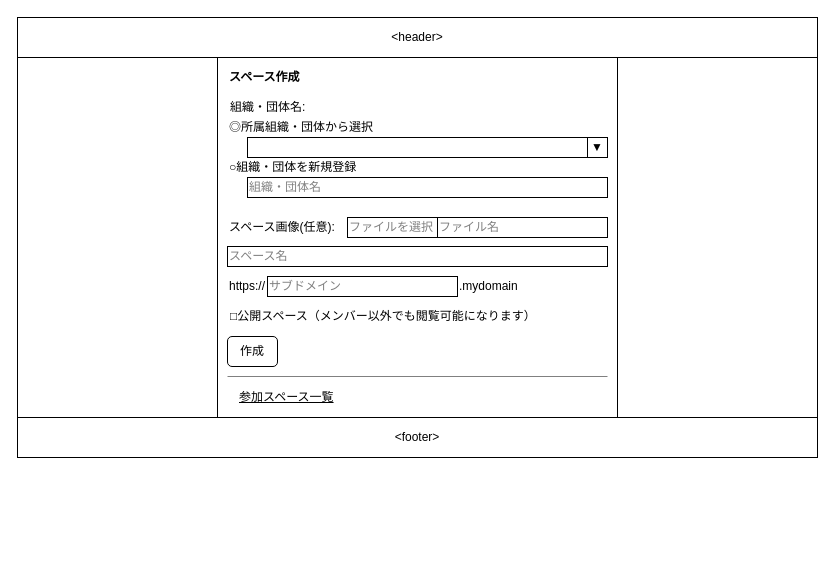
Earlier version of the draw.io diagram 設計/画面設計/スペース作成.drawio (nightonlypj/rails-app-origin). Source tidied: cells renumbered, new cells numbered last; positions are measured from the earlier drawing's top-left corner, leaving out a move shared by most shapes. Both pictures are drawn from the tidied source at 100%, with x=0, y=0 at pixel (17, 17).
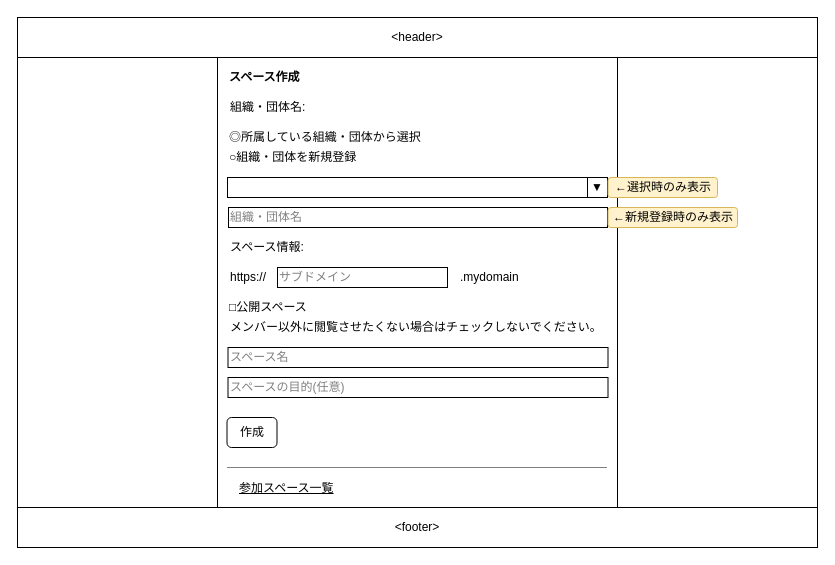
After the change.

What changed in the source:
```diff
@@
     <mxCell id="3" value="&amp;lt;footer&amp;gt;" style="rounded=0;whiteSpace=wrap;html=1;fillColor=none;" parent="1" vertex="1">
-      <mxGeometry y="400" width="800" height="40" as="geometry" />
+      <mxGeometry y="490" width="800" height="40" as="geometry" />
     </mxCell>
     <mxCell id="4" style="rounded=0;whiteSpace=wrap;html=1;fillColor=none;" parent="1" vertex="1">
-      <mxGeometry x="200" y="40" width="400" height="360" as="geometry" />
+      <mxGeometry x="200" y="40" width="400" height="450" as="geometry" />
     </mxCell>
     <mxCell id="5" style="rounded=0;whiteSpace=wrap;html=1;fillColor=none;" parent="1" vertex="1">
-      <mxGeometry y="40" width="200" height="360" as="geometry" />
+      <mxGeometry y="40" width="200" height="450" as="geometry" />
     </mxCell>
     <mxCell id="6" style="rounded=0;whiteSpace=wrap;html=1;fillColor=none;" parent="1" vertex="1">
-      <mxGeometry x="600" y="40" width="200" height="360" as="geometry" />
+      <mxGeometry x="600" y="40" width="200" height="450" as="geometry" />
     </mxCell>
@@
     <mxCell id="8" value="&lt;font color=&quot;#808080&quot;&gt;スペース名&lt;/font&gt;" style="rounded=0;whiteSpace=wrap;html=1;align=left;" parent="1" vertex="1">
-      <mxGeometry x="210" y="229" width="380" height="20" as="geometry" />
+      <mxGeometry x="210.5" y="330" width="380" height="20" as="geometry" />
     </mxCell>
     <mxCell id="9" value="作成" style="rounded=1;whiteSpace=wrap;html=1;align=center;" parent="1" vertex="1">
-      <mxGeometry x="210" y="319" width="50" height="30" as="geometry" />
+      <mxGeometry x="209.5" y="400" width="50" height="30" as="geometry" />
     </mxCell>
     <mxCell id="10" value="&lt;u&gt;参加スペース一覧&lt;/u&gt;" style="text;html=1;strokeColor=none;fillColor=none;align=left;verticalAlign=middle;whiteSpace=wrap;rounded=0;" parent="1" vertex="1">
-      <mxGeometry x="220" y="370" width="100" height="20" as="geometry" />
+      <mxGeometry x="219.5" y="461" width="100" height="20" as="geometry" />
     </mxCell>
     <mxCell id="11" style="endArrow=none;html=1;strokeColor=#808080;" parent="1" edge="1">
       <mxGeometry relative="1" as="geometry">
-        <mxPoint x="210" y="359" as="sourcePoint" />
-        <mxPoint x="590" y="359" as="targetPoint" />
+        <mxPoint x="209.5" y="450" as="sourcePoint" />
+        <mxPoint x="589.5" y="450" as="targetPoint" />
       </mxGeometry>
     </mxCell>
     <mxCell id="12" value="&lt;font color=&quot;#808080&quot;&gt;サブドメイン&lt;/font&gt;" style="rounded=0;whiteSpace=wrap;html=1;align=left;" parent="1" vertex="1">
-      <mxGeometry x="250" y="259" width="190" height="20" as="geometry" />
+      <mxGeometry x="260" y="250" width="170" height="20" as="geometry" />
     </mxCell>
     <mxCell id="13" value="https://" style="text;html=1;strokeColor=none;fillColor=none;align=left;verticalAlign=middle;whiteSpace=wrap;rounded=0;" parent="1" vertex="1">
-      <mxGeometry x="210" y="259" width="40" height="20" as="geometry" />
+      <mxGeometry x="210.5" y="250" width="40" height="20" as="geometry" />
     </mxCell>
     <mxCell id="14" value=".mydomain" style="text;html=1;strokeColor=none;fillColor=none;align=left;verticalAlign=middle;whiteSpace=wrap;rounded=0;" parent="1" vertex="1">
-      <mxGeometry x="440" y="259" width="60" height="20" as="geometry" />
+      <mxGeometry x="440.5" y="250" width="60" height="20" as="geometry" />
     </mxCell>
-    <mxCell id="15" value="&lt;font color=&quot;#808080&quot;&gt;ファイルを選択&lt;/font&gt;" style="rounded=0;whiteSpace=wrap;html=1;align=left;" parent="1" vertex="1">
-      <mxGeometry x="330" y="200" width="90" height="20" as="geometry" />
-    </mxCell>
-    <mxCell id="16" value="スペース画像(任意):" style="text;html=1;strokeColor=none;fillColor=none;align=left;verticalAlign=middle;whiteSpace=wrap;rounded=0;" parent="1" vertex="1">
-      <mxGeometry x="210" y="200" width="120" height="20" as="geometry" />
-    </mxCell>
-    <mxCell id="17" value="&lt;font color=&quot;#808080&quot;&gt;ファイル名&lt;/font&gt;" style="rounded=0;whiteSpace=wrap;html=1;align=left;" parent="1" vertex="1">
-      <mxGeometry x="420" y="200" width="170" height="20" as="geometry" />
-    </mxCell>
-    <mxCell id="18" value="&lt;span&gt;□公開スペース（メンバー以外でも閲覧可能になります）&lt;/span&gt;" style="text;html=1;strokeColor=none;fillColor=none;align=left;verticalAlign=middle;whiteSpace=wrap;rounded=0;" parent="1" vertex="1">
-      <mxGeometry x="211" y="289" width="319" height="20" as="geometry" />
+    <mxCell id="18" value="&lt;span&gt;□公開スペース&lt;/span&gt;" style="text;html=1;strokeColor=none;fillColor=none;align=left;verticalAlign=middle;whiteSpace=wrap;rounded=0;" parent="1" vertex="1">
+      <mxGeometry x="209.5" y="280" width="90.5" height="20" as="geometry" />
     </mxCell>
     <mxCell id="19" style="rounded=0;whiteSpace=wrap;html=1;align=left;" parent="1" vertex="1">
-      <mxGeometry x="230" y="120" width="340" height="20" as="geometry" />
+      <mxGeometry x="210" y="160" width="360" height="20" as="geometry" />
     </mxCell>
     <mxCell id="20" value="▼" style="rounded=0;whiteSpace=wrap;html=1;align=center;" parent="1" vertex="1">
-      <mxGeometry x="570" y="120" width="20" height="20" as="geometry" />
+      <mxGeometry x="570" y="160" width="20" height="20" as="geometry" />
     </mxCell>
     <mxCell id="21" value="&lt;span&gt;&lt;font color=&quot;#808080&quot;&gt;組織・団体名&lt;/font&gt;&lt;/span&gt;" style="rounded=0;whiteSpace=wrap;html=1;align=left;" parent="1" vertex="1">
-      <mxGeometry x="230" y="160" width="360" height="20" as="geometry" />
+      <mxGeometry x="211" y="190" width="379" height="20" as="geometry" />
     </mxCell>
-    <mxCell id="22" value="◎所属組織・団体から選択" style="text;html=1;strokeColor=none;fillColor=none;align=left;verticalAlign=middle;whiteSpace=wrap;rounded=0;" parent="1" vertex="1">
-      <mxGeometry x="210" y="100" width="150" height="20" as="geometry" />
+    <mxCell id="22" value="◎所属している組織・団体から選択" style="text;html=1;strokeColor=none;fillColor=none;align=left;verticalAlign=middle;whiteSpace=wrap;rounded=0;" parent="1" vertex="1">
+      <mxGeometry x="210" y="110" width="200" height="20" as="geometry" />
     </mxCell>
     <mxCell id="23" value="○組織・団体を新規登録" style="text;html=1;strokeColor=none;fillColor=none;align=left;verticalAlign=middle;whiteSpace=wrap;rounded=0;" parent="1" vertex="1">
-      <mxGeometry x="210" y="140" width="140" height="20" as="geometry" />
+      <mxGeometry x="210" y="130" width="140" height="20" as="geometry" />
     </mxCell>
@@
+    <mxCell id="25" value="スペース情報:" style="text;html=1;strokeColor=none;fillColor=none;align=left;verticalAlign=middle;whiteSpace=wrap;rounded=0;" parent="1" vertex="1">
+      <mxGeometry x="211" y="220" width="79" height="20" as="geometry" />
+    </mxCell>
+    <mxCell id="26" value="&lt;font color=&quot;#808080&quot;&gt;スペースの目的(任意)&lt;/font&gt;" style="rounded=0;whiteSpace=wrap;html=1;align=left;" parent="1" vertex="1">
+      <mxGeometry x="210.5" y="360" width="380" height="20" as="geometry" />
+    </mxCell>
+    <mxCell id="27" value="&lt;span style=&quot;text-align: left&quot;&gt;←選択時のみ表示&lt;/span&gt;" style="rounded=1;whiteSpace=wrap;html=1;fillColor=#fff2cc;strokeColor=#d6b656;" parent="1" vertex="1">
+      <mxGeometry x="590.5" y="160" width="109.5" height="20" as="geometry" />
+    </mxCell>
+    <mxCell id="28" value="&lt;span style=&quot;text-align: left&quot;&gt;←新規登録時&lt;/span&gt;&lt;span style=&quot;text-align: left&quot;&gt;のみ表示&lt;/span&gt;" style="rounded=1;whiteSpace=wrap;html=1;fillColor=#fff2cc;strokeColor=#d6b656;" parent="1" vertex="1">
+      <mxGeometry x="590.5" y="190" width="129.5" height="20" as="geometry" />
+    </mxCell>
+    <mxCell id="29" value="メンバー以外に閲覧させたくない場合はチェックしないでください。" style="text;html=1;strokeColor=none;fillColor=none;align=left;verticalAlign=middle;whiteSpace=wrap;rounded=0;" parent="1" vertex="1">
+      <mxGeometry x="210.5" y="300" width="379" height="20" as="geometry" />
+    </mxCell>
```
